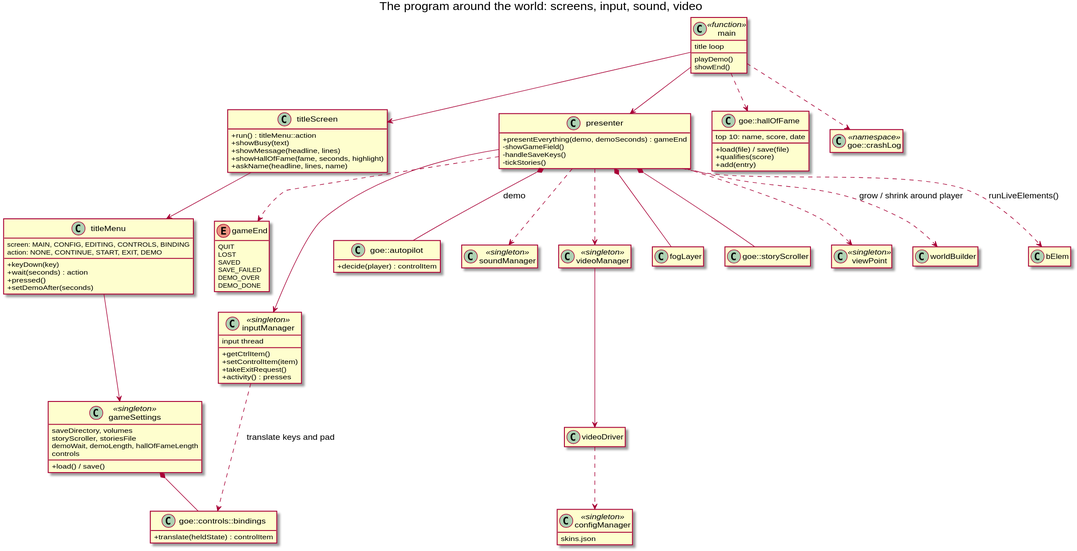
The PlantUML diagram docs/diagrams/03-application-classes.svg in arielkonopka/Gardens-of-Eris, before a commit.
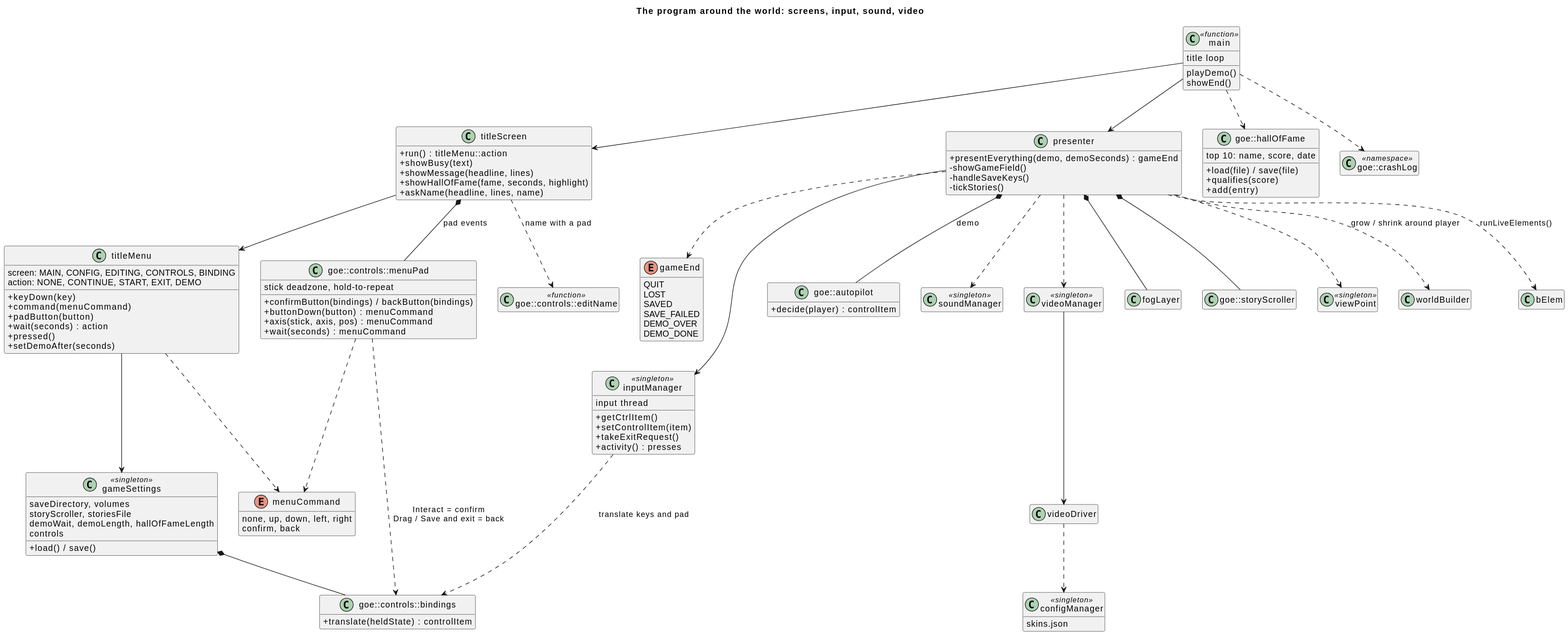
The same diagram one commit later.

Diff of the diagram source:
```diff
@@ -19,6 +19,8 @@
   screen: MAIN, CONFIG, EDITING, CONTROLS, BINDING
   action: NONE, CONTINUE, START, EXIT, DEMO
   +keyDown(key)
+  +command(menuCommand)
+  +padButton(button)
   +wait(seconds) : action
   +pressed()
   +setDemoAfter(seconds)
@@ -33,6 +35,18 @@
 class "goe::controls::bindings" as bindings {
   +translate(heldState) : controlItem
 }
+class "goe::controls::menuPad" as menuPad {
+  stick deadzone, hold-to-repeat
+  +confirmButton(bindings) / backButton(bindings)
+  +buttonDown(button) : menuCommand
+  +axis(stick, axis, pos) : menuCommand
+  +wait(seconds) : menuCommand
+}
+enum menuCommand {
+  none, up, down, left, right
+  confirm, back
+}
+class "goe::controls::editName" as editName <<function>>
 class presenter {
   +presentEverything(demo, demoSeconds) : gameEnd
   -showGameField()
@@ -79,6 +93,11 @@
 main ..> hallOfFame
 main ..> crashLog
 titleScreen --> titleMenu
+titleScreen *-- menuPad : pad events
+titleScreen ..> editName : name with a pad
+menuPad ..> menuCommand
+menuPad ..> bindings : Interact = confirm\nDrag / Save and exit = back
+titleMenu ..> menuCommand
 titleMenu --> gameSettings
 gameSettings *-- bindings
 inputManager ..> bindings : translate keys and pad
```
